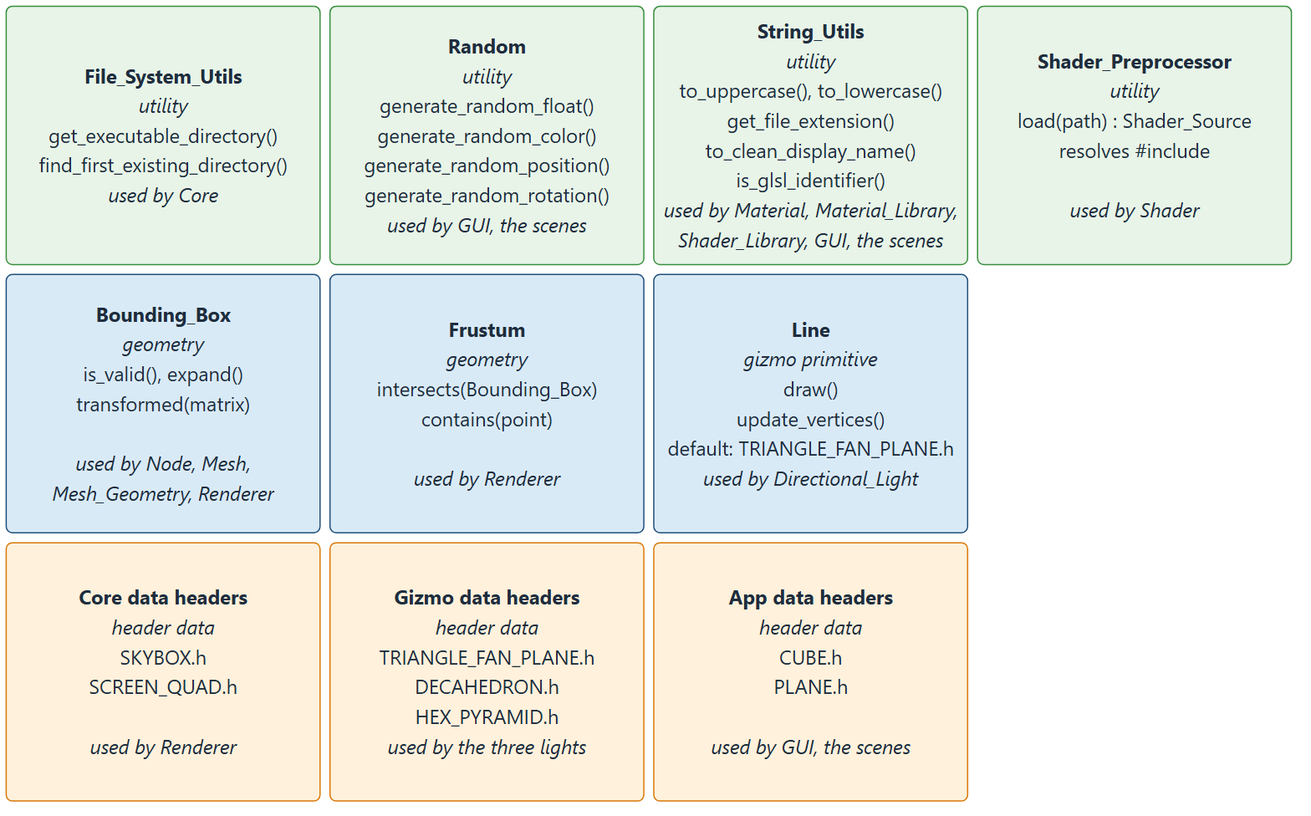
emartg/opengl-graphics-engine keeps this Mermaid diagram as docs/diagrams/uml/utilities_and_geometry_data.png. Above is the earlier version. Its source is kept beside it as docs/diagrams/uml/utilities_and_geometry_data.mmd. Source of this version:
```mermaid
---
config:
  fontFamily: "Segoe UI, Arial, sans-serif"
  theme: base
  themeVariables:
    fontSize: 16px
    lineColor: "#44546a"
    edgeLabelBackground: "#ffffff"
---
block-beta
    columns 4

    FS("<b>File_System_Utils</b><br/><i>utility</i><br/>get_executable_directory()<br/>find_first_existing_directory()<br/><i>used by Core</i>") Rnd("<b>Random</b><br/><i>utility</i><br/>generate_random_float()<br/>generate_random_color()<br/>generate_random_position()<br/>generate_random_rotation()<br/><i>used by GUI, the scenes</i>") Str("<b>String_Utils</b><br/><i>utility</i><br/>to_uppercase(), to_lowercase()<br/>get_file_extension()<br/>to_clean_display_name()<br/>is_glsl_identifier()<br/><i>used by Material, Material_Library,</i><br/><i>Shader_Library, GUI, the scenes</i>") Pre("<b>Shader_Preprocessor</b><br/><i>utility</i><br/>load(path) : Shader_Source<br/>resolves #include<br/><br/><i>used by Shader</i>")
    BB("<b>Bounding_Box</b><br/><i>geometry</i><br/>is_valid(), expand()<br/>transformed(matrix)<br/><br/><i>used by Node, Mesh,</i><br/><i>Mesh_Geometry, Renderer</i>") Fr("<b>Frustum</b><br/><i>geometry</i><br/>intersects(Bounding_Box)<br/>contains(point)<br/><br/><i>used by Renderer</i>") Ln("<b>Line</b><br/><i>gizmo primitive</i><br/>draw()<br/>update_vertices()<br/>default: TRIANGLE_FAN_PLANE.h<br/><i>used by Directional_Light</i>") space
    CD("<b>Core data headers</b><br/><i>header data</i><br/>SKYBOX.h<br/>SCREEN_QUAD.h<br/><br/><i>used by Renderer</i>") GD("<b>Gizmo data headers</b><br/><i>header data</i><br/>TRIANGLE_FAN_PLANE.h<br/>DECAHEDRON.h<br/>HEX_PYRAMID.h<br/><i>used by the three lights</i>") AD("<b>App data headers</b><br/><i>header data</i><br/>CUBE.h<br/>PLANE.h<br/><br/><i>used by GUI, the scenes</i>") space

    classDef utility fill:#e8f4e8,stroke:#388e3c,color:#1f2d3d
    classDef geometry fill:#d9eaf7,stroke:#1f4e79,color:#1f2d3d
    classDef data fill:#fff1dc,stroke:#d97706,color:#1f2d3d
    class FS,Rnd,Str,Pre utility
    class BB,Fr,Ln geometry
    class CD,GD,AD data
```
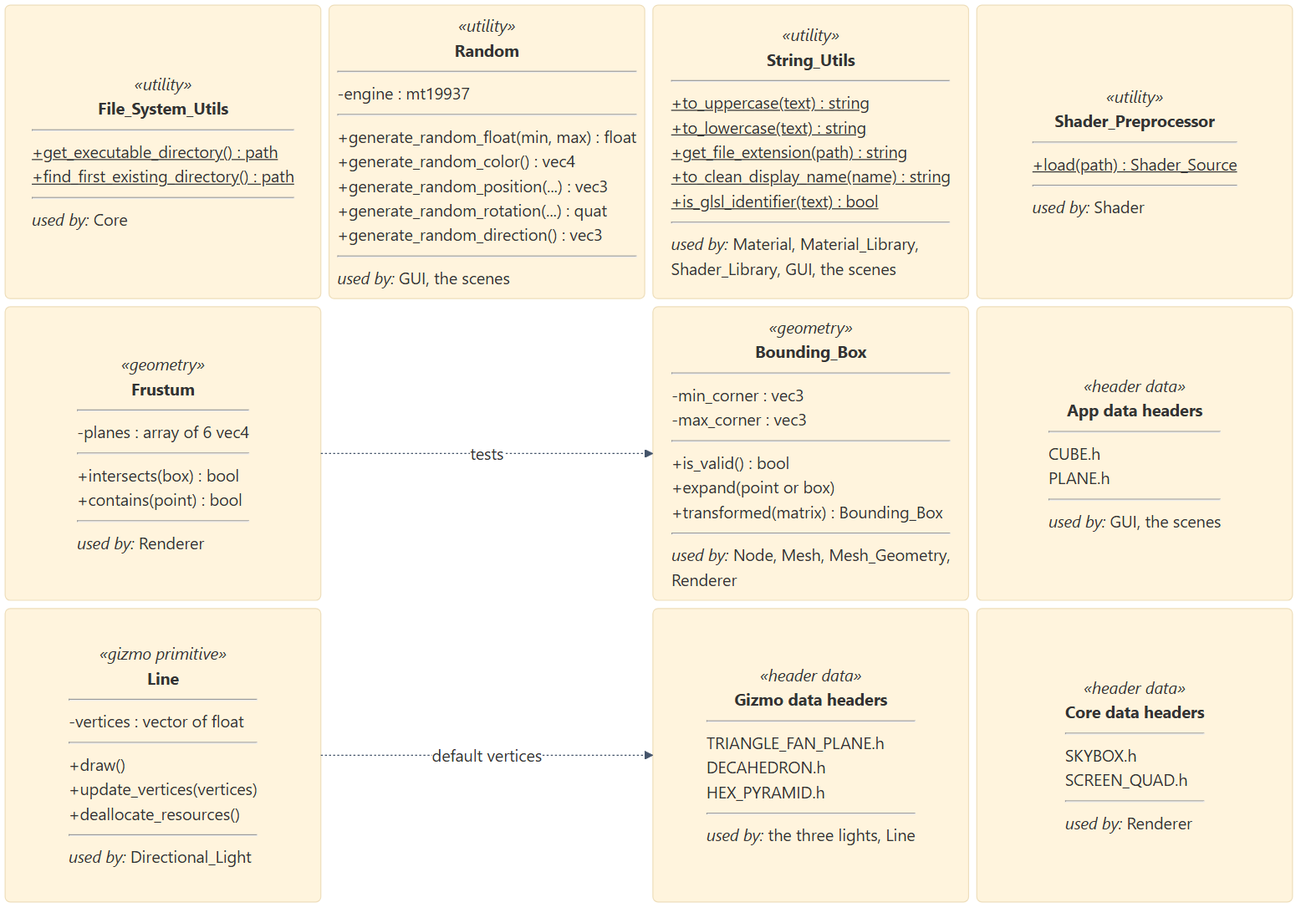
The same file after the commit.

Commit message:
Draw the UML Overview and the Utilities Diagram in UML Notation

Change to the diagram source:
```diff
@@ -10,13 +10,12 @@
 block-beta
     columns 4
 
-    FS("<b>File_System_Utils</b><br/><i>utility</i><br/>get_executable_directory()<br/>find_first_existing_directory()<br/><i>used by Core</i>") Rnd("<b>Random</b><br/><i>utility</i><br/>generate_random_float()<br/>generate_random_color()<br/>generate_random_position()<br/>generate_random_rotation()<br/><i>used by GUI, the scenes</i>") Str("<b>String_Utils</b><br/><i>utility</i><br/>to_uppercase(), to_lowercase()<br/>get_file_extension()<br/>to_clean_display_name()<br/>is_glsl_identifier()<br/><i>used by Material, Material_Library,</i><br/><i>Shader_Library, GUI, the scenes</i>") Pre("<b>Shader_Preprocessor</b><br/><i>utility</i><br/>load(path) : Shader_Source<br/>resolves #include<br/><br/><i>used by Shader</i>")
-    BB("<b>Bounding_Box</b><br/><i>geometry</i><br/>is_valid(), expand()<br/>transformed(matrix)<br/><br/><i>used by Node, Mesh,</i><br/><i>Mesh_Geometry, Renderer</i>") Fr("<b>Frustum</b><br/><i>geometry</i><br/>intersects(Bounding_Box)<br/>contains(point)<br/><br/><i>used by Renderer</i>") Ln("<b>Line</b><br/><i>gizmo primitive</i><br/>draw()<br/>update_vertices()<br/>default: TRIANGLE_FAN_PLANE.h<br/><i>used by Directional_Light</i>") space
-    CD("<b>Core data headers</b><br/><i>header data</i><br/>SKYBOX.h<br/>SCREEN_QUAD.h<br/><br/><i>used by Renderer</i>") GD("<b>Gizmo data headers</b><br/><i>header data</i><br/>TRIANGLE_FAN_PLANE.h<br/>DECAHEDRON.h<br/>HEX_PYRAMID.h<br/><i>used by the three lights</i>") AD("<b>App data headers</b><br/><i>header data</i><br/>CUBE.h<br/>PLANE.h<br/><br/><i>used by GUI, the scenes</i>") space
+    FS("<i>&laquo;utility&raquo;</i><br/><b>File_System_Utils</b><hr/><div align='left'><u>+get_executable_directory() : path</u><br/><u>+find_first_existing_directory() : path</u></div><hr/><div align='left'><i>used by:</i> Core</div>") Rnd("<i>&laquo;utility&raquo;</i><br/><b>Random</b><hr/><div align='left'>-engine : mt19937</div><hr/><div align='left'>+generate_random_float(min, max) : float<br/>+generate_random_color() : vec4<br/>+generate_random_position(...) : vec3<br/>+generate_random_rotation(...) : quat<br/>+generate_random_direction() : vec3</div><hr/><div align='left'><i>used by:</i> GUI, the scenes</div>") Str("<i>&laquo;utility&raquo;</i><br/><b>String_Utils</b><hr/><div align='left'><u>+to_uppercase(text) : string</u><br/><u>+to_lowercase(text) : string</u><br/><u>+get_file_extension(path) : string</u><br/><u>+to_clean_display_name(name) : string</u><br/><u>+is_glsl_identifier(text) : bool</u></div><hr/><div align='left'><i>used by:</i> Material, Material_Library,<br/>Shader_Library, GUI, the scenes</div>") Pre("<i>&laquo;utility&raquo;</i><br/><b>Shader_Preprocessor</b><hr/><div align='left'><u>+load(path) : Shader_Source</u></div><hr/><div align='left'><i>used by:</i> Shader</div>")
+    Fr("<i>&laquo;geometry&raquo;</i><br/><b>Frustum</b><hr/><div align='left'>-planes : array of 6 vec4</div><hr/><div align='left'>+intersects(box) : bool<br/>+contains(point) : bool</div><hr/><div align='left'><i>used by:</i> Renderer</div>") space BB("<i>&laquo;geometry&raquo;</i><br/><b>Bounding_Box</b><hr/><div align='left'>-min_corner : vec3<br/>-max_corner : vec3</div><hr/><div align='left'>+is_valid() : bool<br/>+expand(point or box)<br/>+transformed(matrix) : Bounding_Box</div><hr/><div align='left'><i>used by:</i> Node, Mesh, Mesh_Geometry,<br/>Renderer</div>") AD("<i>&laquo;header data&raquo;</i><br/><b>App data headers</b><hr/><div align='left'>CUBE.h<br/>PLANE.h</div><hr/><div align='left'><i>used by:</i> GUI, the scenes</div>")
+    Ln("<i>&laquo;gizmo primitive&raquo;</i><br/><b>Line</b><hr/><div align='left'>-vertices : vector of float</div><hr/><div align='left'>+draw()<br/>+update_vertices(vertices)<br/>+deallocate_resources()</div><hr/><div align='left'><i>used by:</i> Directional_Light</div>") space GD("<i>&laquo;header data&raquo;</i><br/><b>Gizmo data headers</b><hr/><div align='left'>TRIANGLE_FAN_PLANE.h<br/>DECAHEDRON.h<br/>HEX_PYRAMID.h</div><hr/><div align='left'><i>used by:</i> the three lights, Line</div>") CD("<i>&laquo;header data&raquo;</i><br/><b>Core data headers</b><hr/><div align='left'>SKYBOX.h<br/>SCREEN_QUAD.h</div><hr/><div align='left'><i>used by:</i> Renderer</div>")
 
-    classDef utility fill:#e8f4e8,stroke:#388e3c,color:#1f2d3d
-    classDef geometry fill:#d9eaf7,stroke:#1f4e79,color:#1f2d3d
-    classDef data fill:#fff1dc,stroke:#d97706,color:#1f2d3d
-    class FS,Rnd,Str,Pre utility
-    class BB,Fr,Ln geometry
-    class CD,GD,AD data
+    Fr-. "tests" .->BB
+    Ln-. "default vertices" .->GD
+
+    classDef umlClass fill:#fff4dd,stroke:#eedebb,color:#333333
+    class FS,Rnd,Str,Pre,Fr,BB,AD,Ln,GD,CD umlClass
```
